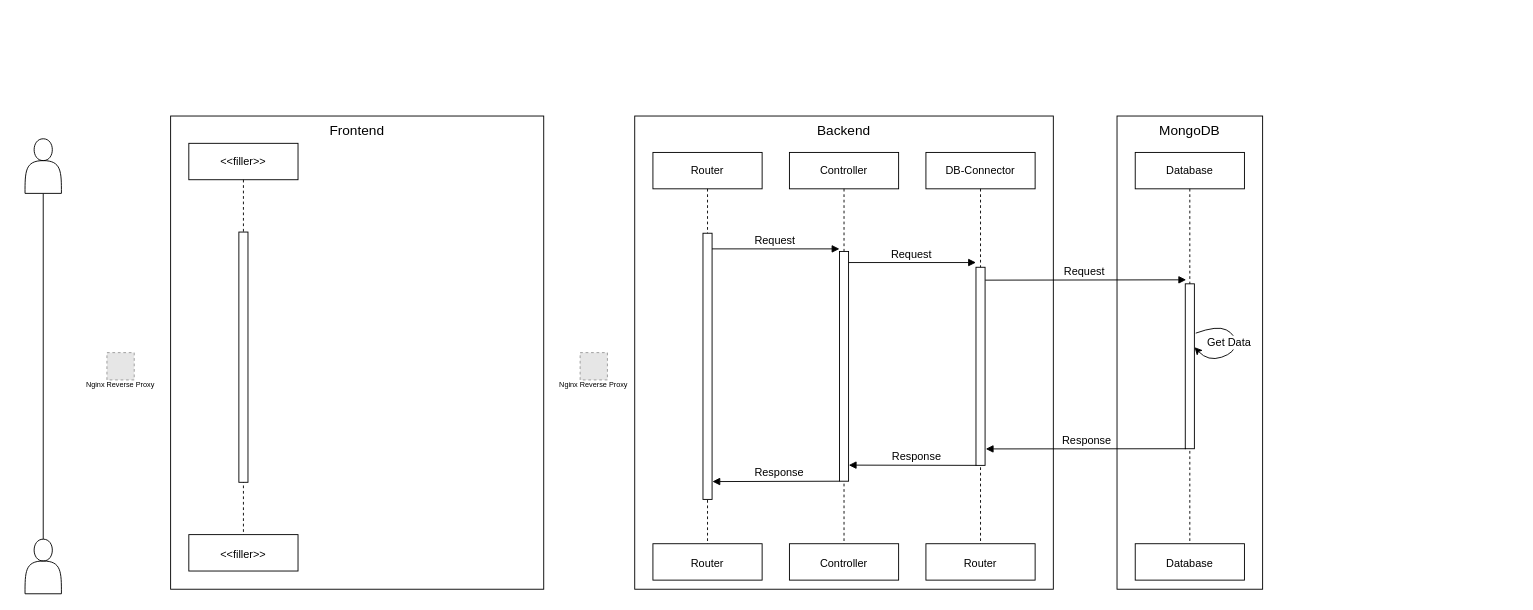
Above: sonstiges/UML v0.1/drawio/squenceclient.drawio in Schuetze1000/TheRouteMaster (draw.io), before the change. Source tidied: cells renumbered, new cells numbered last; positions are measured from the earlier drawing's top-left corner, leaving out a move shared by most shapes. Both pictures are drawn from the tidied source at 91%, with x=0, y=0 at pixel (25, 116). Pictures stored in the file or linked from it are replaced by grey dashed boxes.
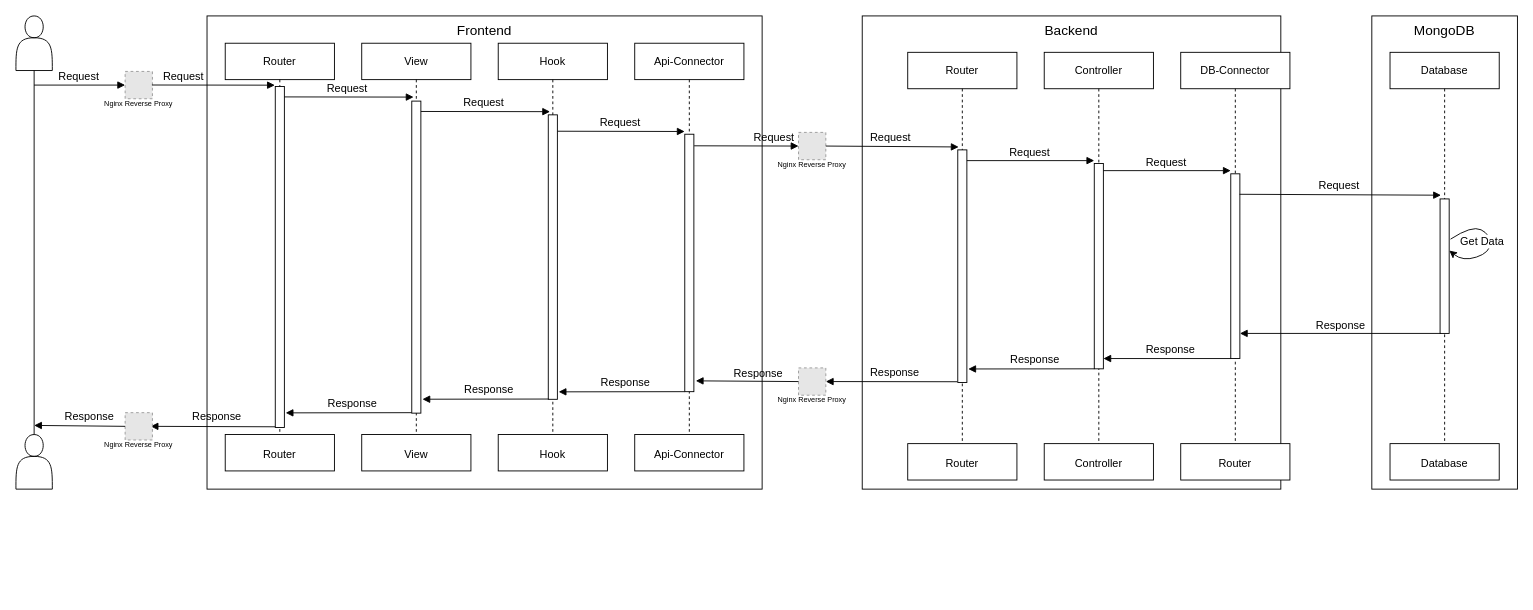
Above is the later version.

Diff of the diagram source:
```diff
@@
+    <mxCell id="34" style="group;" parent="1" vertex="1">
+      <mxGeometry x="-10" y="-110" width="1650" height="520" as="geometry" />
+    </mxCell>
+    <mxCell id="35" style="group;" parent="34" vertex="1">
+      <mxGeometry x="210" width="610" height="520" as="geometry" />
+    </mxCell>
-    <mxCell id="2" value="Frontend" style="whiteSpace=wrap;html=1;verticalAlign=top;fontSize=15;" parent="1" vertex="1">
-      <mxGeometry x="160" width="410" height="520" as="geometry" />
+    <mxCell id="2" value="Frontend" style="whiteSpace=wrap;html=1;verticalAlign=top;fontSize=15;" parent="35" vertex="1">
+      <mxGeometry width="610" height="520" as="geometry" />
     </mxCell>
-    <mxCell id="3" value="&amp;lt;&amp;lt;filler&amp;gt;&amp;gt;" style="shape=umlLifeline;perimeter=lifelinePerimeter;whiteSpace=wrap;html=1;" parent="1" vertex="1">
-      <mxGeometry x="180" y="30" width="120" height="470" as="geometry" />
+    <mxCell id="3" value="View" style="shape=umlLifeline;perimeter=lifelinePerimeter;whiteSpace=wrap;html=1;" parent="35" vertex="1">
+      <mxGeometry x="170" y="30" width="120" height="470" as="geometry" />
     </mxCell>
     <mxCell id="4" style="html=1;perimeter=orthogonalPerimeter;" parent="3" vertex="1">
-      <mxGeometry x="55" y="97.5" width="10" height="275" as="geometry" />
+      <mxGeometry x="55" y="63.6" width="10" height="342.9" as="geometry" />
     </mxCell>
-    <mxCell id="5" value="&lt;span style=&quot;font-size: 12px;&quot;&gt;&amp;lt;&amp;lt;filler&amp;gt;&amp;gt;&lt;/span&gt;" style="rounded=0;whiteSpace=wrap;html=1;fontSize=16;" parent="3" vertex="1">
+    <mxCell id="5" value="&lt;span style=&quot;font-size: 12px;&quot;&gt;View&lt;/span&gt;" style="rounded=0;whiteSpace=wrap;html=1;fontSize=16;" parent="3" vertex="1">
       <mxGeometry y="430" width="120" height="40" as="geometry" />
     </mxCell>
-    <mxCell id="6" style="edgeStyle=none;html=1;exitX=0.5;exitY=0;exitDx=0;exitDy=0;entryX=0.5;entryY=1;entryDx=0;entryDy=0;fontSize=12;endArrow=none;endFill=0;" parent="1" edge="1" source="7" target="8">
-      <mxGeometry relative="1" as="geometry" />
-    </mxCell>
+    <mxCell id="36" value="Response" style="html=1;verticalAlign=bottom;labelBackgroundColor=none;endArrow=block;endFill=1;endSize=6;align=left;fontSize=12;exitX=0.012;exitY=1;exitDx=0;exitDy=0;exitPerimeter=0;entryX=1.152;entryY=0.942;entryDx=0;entryDy=0;entryPerimeter=0;" parent="3" edge="1">
+      <mxGeometry x="0.36" y="-1" relative="1" as="geometry">
+        <mxPoint x="55" y="406" as="sourcePoint" />
+        <mxPoint x="-83.6" y="406.2" as="targetPoint" />
+      </mxGeometry>
+    </mxCell>
+    <mxCell id="37" value="Api-Connector" style="shape=umlLifeline;perimeter=lifelinePerimeter;whiteSpace=wrap;html=1;" parent="35" vertex="1">
+      <mxGeometry x="470" y="30" width="120" height="470" as="geometry" />
+    </mxCell>
+    <mxCell id="38" style="html=1;points=[];perimeter=orthogonalPerimeter;" parent="37" vertex="1">
+      <mxGeometry x="55" y="100" width="10" height="282.9" as="geometry" />
+    </mxCell>
+    <mxCell id="39" value="&lt;span style=&quot;font-size: 12px;&quot;&gt;Api-Connector&lt;/span&gt;" style="rounded=0;whiteSpace=wrap;html=1;fontSize=16;" parent="37" vertex="1">
+      <mxGeometry y="430" width="120" height="40" as="geometry" />
+    </mxCell>
+    <mxCell id="40" value="Response" style="html=1;verticalAlign=bottom;labelBackgroundColor=none;endArrow=block;endFill=1;endSize=6;align=left;fontSize=12;exitX=0.012;exitY=1;exitDx=0;exitDy=0;exitPerimeter=0;entryX=1.152;entryY=0.942;entryDx=0;entryDy=0;entryPerimeter=0;" parent="37" edge="1">
+      <mxGeometry x="0.36" y="-1" relative="1" as="geometry">
+        <mxPoint x="55" y="382.9" as="sourcePoint" />
+        <mxPoint x="-83.6" y="383.1" as="targetPoint" />
+      </mxGeometry>
+    </mxCell>
+    <mxCell id="41" value="Hook" style="shape=umlLifeline;perimeter=lifelinePerimeter;whiteSpace=wrap;html=1;" parent="35" vertex="1">
+      <mxGeometry x="320" y="30" width="120" height="470" as="geometry" />
+    </mxCell>
+    <mxCell id="42" style="html=1;perimeter=orthogonalPerimeter;" parent="41" vertex="1">
+      <mxGeometry x="55" y="78.7" width="10" height="312.6" as="geometry" />
+    </mxCell>
+    <mxCell id="43" value="&lt;span style=&quot;font-size: 12px;&quot;&gt;Hook&lt;/span&gt;" style="rounded=0;whiteSpace=wrap;html=1;fontSize=16;" parent="41" vertex="1">
+      <mxGeometry y="430" width="120" height="40" as="geometry" />
+    </mxCell>
+    <mxCell id="44" value="Request" style="html=1;verticalAlign=bottom;labelBackgroundColor=none;endArrow=block;endFill=1;endSize=6;align=left;fontSize=12;exitX=1.017;exitY=0.022;exitDx=0;exitDy=0;exitPerimeter=0;entryX=-0.01;entryY=-0.005;entryDx=0;entryDy=0;entryPerimeter=0;" parent="35" edge="1">
+      <mxGeometry x="-0.36" relative="1" as="geometry">
+        <mxPoint x="385.2" y="126.7" as="sourcePoint" />
+        <mxPoint x="524.9" y="127" as="targetPoint" />
+      </mxGeometry>
+    </mxCell>
+    <mxCell id="45" value="Router" style="shape=umlLifeline;perimeter=lifelinePerimeter;whiteSpace=wrap;html=1;" parent="35" vertex="1">
+      <mxGeometry x="20" y="30" width="120" height="470" as="geometry" />
+    </mxCell>
+    <mxCell id="46" style="html=1;points=[];perimeter=orthogonalPerimeter;" parent="45" vertex="1">
+      <mxGeometry x="55" y="47.6" width="10" height="374.7" as="geometry" />
+    </mxCell>
+    <mxCell id="47" value="&lt;span style=&quot;font-size: 12px;&quot;&gt;Router&lt;/span&gt;" style="rounded=0;whiteSpace=wrap;html=1;fontSize=16;" parent="45" vertex="1">
+      <mxGeometry y="430" width="120" height="40" as="geometry" />
+    </mxCell>
+    <mxCell id="48" value="Response" style="html=1;verticalAlign=bottom;labelBackgroundColor=none;endArrow=block;endFill=1;endSize=6;align=left;fontSize=12;exitX=0.012;exitY=1;exitDx=0;exitDy=0;exitPerimeter=0;entryX=1;entryY=0.5;entryDx=0;entryDy=0;" parent="45" edge="1">
+      <mxGeometry x="0.36" y="-1" relative="1" as="geometry">
+        <mxPoint x="55" y="421.5" as="sourcePoint" />
+        <mxPoint x="-82" y="421" as="targetPoint" />
+      </mxGeometry>
+    </mxCell>
+    <mxCell id="49" value="Request" style="html=1;verticalAlign=bottom;labelBackgroundColor=none;endArrow=block;endFill=1;endSize=6;align=left;fontSize=12;exitX=1;exitY=0.029;exitDx=0;exitDy=0;exitPerimeter=0;" parent="35" edge="1">
+      <mxGeometry x="-0.36" relative="1" as="geometry">
+        <mxPoint x="235" y="105" as="sourcePoint" />
+        <mxPoint x="377" y="105.2" as="targetPoint" />
+      </mxGeometry>
+    </mxCell>
+    <mxCell id="50" value="Request" style="html=1;verticalAlign=bottom;labelBackgroundColor=none;endArrow=block;endFill=1;endSize=6;align=left;fontSize=12;exitX=1;exitY=0.029;exitDx=0;exitDy=0;exitPerimeter=0;" parent="35" edge="1">
+      <mxGeometry x="-0.36" relative="1" as="geometry">
+        <mxPoint x="85" y="89" as="sourcePoint" />
+        <mxPoint x="227" y="89.2" as="targetPoint" />
+      </mxGeometry>
+    </mxCell>
+    <mxCell id="51" value="Response" style="html=1;verticalAlign=bottom;labelBackgroundColor=none;endArrow=block;endFill=1;endSize=6;align=left;fontSize=12;exitX=0.012;exitY=1;exitDx=0;exitDy=0;exitPerimeter=0;entryX=1.152;entryY=0.942;entryDx=0;entryDy=0;entryPerimeter=0;" parent="35" edge="1">
+      <mxGeometry x="0.36" y="-1" relative="1" as="geometry">
+        <mxPoint x="375.3" y="421" as="sourcePoint" />
+        <mxPoint x="236.7" y="421.2" as="targetPoint" />
+      </mxGeometry>
+    </mxCell>
+    <mxCell id="32" value="Nginx Reverse Proxy" style="fillColor=#E6E6E6;strokeColor=#999999;dashed=1;fontSize=8;spacingTop=40;" parent="34" vertex="1">
+      <mxGeometry x="860" y="128" width="30" height="30" as="geometry" />
+    </mxCell>
+    <mxCell id="33" value="Nginx Reverse Proxy" style="fillColor=#E6E6E6;strokeColor=#999999;dashed=1;fontSize=8;spacingTop=40;" parent="34" vertex="1">
+      <mxGeometry x="120" y="61" width="30" height="30" as="geometry" />
+    </mxCell>
+    <mxCell id="52" value="Request" style="html=1;verticalAlign=bottom;labelBackgroundColor=none;endArrow=block;endFill=1;endSize=6;align=left;fontSize=12;entryX=0;entryY=0.5;entryDx=0;entryDy=0;exitX=1.032;exitY=0.045;exitDx=0;exitDy=0;exitPerimeter=0;" parent="34" edge="1" source="38" target="32">
+      <mxGeometry x="0.11" relative="1" as="geometry" />
+    </mxCell>
+    <mxCell id="53" value="Request" style="html=1;verticalAlign=bottom;labelBackgroundColor=none;endArrow=block;endFill=1;endSize=6;align=left;fontSize=12;entryX=0;entryY=0.5;entryDx=0;entryDy=0;" parent="34" edge="1" target="33">
+      <mxGeometry x="-0.5" relative="1" as="geometry">
+        <mxPoint x="20" y="76" as="sourcePoint" />
+      </mxGeometry>
+    </mxCell>
+    <mxCell id="54" style="group;" parent="34" vertex="1">
+      <mxGeometry width="40" height="520" as="geometry" />
+    </mxCell>
-    <mxCell id="7" style="shape=actor;whiteSpace=wrap;html=1;fontSize=15;" parent="1" vertex="1">
-      <mxGeometry y="465" width="40" height="60" as="geometry" />
+    <mxCell id="7" style="shape=actor;whiteSpace=wrap;html=1;fontSize=15;" parent="54" vertex="1">
+      <mxGeometry y="460" width="40" height="60" as="geometry" />
     </mxCell>
-    <mxCell id="8" style="shape=actor;whiteSpace=wrap;html=1;fontSize=15;" parent="1" vertex="1">
-      <mxGeometry y="25" width="40" height="60" as="geometry" />
+    <mxCell id="8" style="shape=actor;whiteSpace=wrap;html=1;fontSize=15;" parent="54" vertex="1">
+      <mxGeometry width="40" height="60" as="geometry" />
     </mxCell>
+    <mxCell id="6" style="edgeStyle=none;html=1;exitX=0.5;exitY=0;exitDx=0;exitDy=0;entryX=0.5;entryY=1;entryDx=0;entryDy=0;fontSize=12;endArrow=none;endFill=0;" parent="54" edge="1" source="7" target="8">
+      <mxGeometry relative="1" as="geometry" />
+    </mxCell>
+    <mxCell id="55" value="Request" style="html=1;verticalAlign=bottom;labelBackgroundColor=none;endArrow=block;endFill=1;endSize=6;align=left;fontSize=12;entryX=-0.045;entryY=-0.004;entryDx=0;entryDy=0;entryPerimeter=0;exitX=0.981;exitY=0.497;exitDx=0;exitDy=0;exitPerimeter=0;" parent="34" edge="1" source="33" target="46">
+      <mxGeometry x="-0.84" relative="1" as="geometry" />
+    </mxCell>
+    <mxCell id="56" value="Nginx Reverse Proxy" style="fillColor=#E6E6E6;strokeColor=#999999;dashed=1;fontSize=8;spacingTop=40;" parent="34" vertex="1">
+      <mxGeometry x="120" y="436" width="30" height="30" as="geometry" />
+    </mxCell>
+    <mxCell id="57" value="Response" style="html=1;verticalAlign=bottom;labelBackgroundColor=none;endArrow=block;endFill=1;endSize=6;align=left;fontSize=12;exitX=0;exitY=0.5;exitDx=0;exitDy=0;" parent="34" edge="1" source="56">
+      <mxGeometry x="0.36" y="-1" relative="1" as="geometry">
+        <mxPoint x="20" y="450" as="targetPoint" />
+      </mxGeometry>
+    </mxCell>
+    <mxCell id="58" style="group;" parent="34" vertex="1">
+      <mxGeometry x="960" width="690" height="520" as="geometry" />
+    </mxCell>
+    <mxCell id="59" style="group;" parent="58" vertex="1">
+      <mxGeometry width="460" height="520" as="geometry" />
+    </mxCell>
-    <mxCell id="9" value="Backend" style="whiteSpace=wrap;html=1;verticalAlign=top;fontSize=15;" parent="1" vertex="1">
-      <mxGeometry x="670" width="460" height="520" as="geometry" />
+    <mxCell id="9" value="Backend" style="whiteSpace=wrap;html=1;verticalAlign=top;fontSize=15;" parent="59" vertex="1">
+      <mxGeometry x="-30" width="460" height="520" as="geometry" />
     </mxCell>
-    <mxCell id="10" value="Router" style="shape=umlLifeline;perimeter=lifelinePerimeter;whiteSpace=wrap;html=1;" parent="1" vertex="1">
-      <mxGeometry x="690" y="40" width="120" height="470" as="geometry" />
+    <mxCell id="10" value="Router" style="shape=umlLifeline;perimeter=lifelinePerimeter;whiteSpace=wrap;html=1;" parent="59" vertex="1">
+      <mxGeometry x="20" y="40" width="120" height="470" as="geometry" />
     </mxCell>
     <mxCell id="11" style="html=1;points=[];perimeter=orthogonalPerimeter;" parent="10" vertex="1">
-      <mxGeometry x="55" y="88.8" width="10" height="292.5" as="geometry" />
+      <mxGeometry x="55" y="107.2" width="10" height="255.6" as="geometry" />
     </mxCell>
@@
     <mxCell id="13" value="Request" style="html=1;verticalAlign=bottom;labelBackgroundColor=none;endArrow=block;endFill=1;endSize=6;align=left;fontSize=12;" parent="10" edge="1">
       <mxGeometry x="-0.36" relative="1" as="geometry">
-        <mxPoint x="65" y="106" as="sourcePoint" />
-        <mxPoint x="205" y="106" as="targetPoint" />
+        <mxPoint x="65" y="119" as="sourcePoint" />
+        <mxPoint x="205" y="119" as="targetPoint" />
       </mxGeometry>
     </mxCell>
+    <mxCell id="60" value="Nginx Reverse Proxy" style="fillColor=#E6E6E6;strokeColor=#999999;dashed=1;fontSize=8;spacingTop=40;" parent="10" vertex="1">
+      <mxGeometry x="-120" y="346.8" width="30" height="30" as="geometry" />
+    </mxCell>
-    <mxCell id="14" value="Controller" style="shape=umlLifeline;perimeter=lifelinePerimeter;whiteSpace=wrap;html=1;" parent="1" vertex="1">
-      <mxGeometry x="840" y="40" width="120" height="470" as="geometry" />
+    <mxCell id="14" value="Controller" style="shape=umlLifeline;perimeter=lifelinePerimeter;whiteSpace=wrap;html=1;" parent="59" vertex="1">
+      <mxGeometry x="170" y="40" width="120" height="470" as="geometry" />
     </mxCell>
     <mxCell id="15" style="html=1;points=[];perimeter=orthogonalPerimeter;" parent="14" vertex="1">
-      <mxGeometry x="55" y="108.8" width="10" height="252.5" as="geometry" />
+      <mxGeometry x="55" y="122.2" width="10" height="225.6" as="geometry" />
     </mxCell>
@@
-    <mxCell id="17" value="DB-Connector" style="shape=umlLifeline;perimeter=lifelinePerimeter;whiteSpace=wrap;html=1;" parent="1" vertex="1">
-      <mxGeometry x="990" y="40" width="120" height="470" as="geometry" />
+    <mxCell id="17" value="DB-Connector" style="shape=umlLifeline;perimeter=lifelinePerimeter;whiteSpace=wrap;html=1;" parent="59" vertex="1">
+      <mxGeometry x="320" y="40" width="120" height="470" as="geometry" />
     </mxCell>
     <mxCell id="18" style="html=1;points=[];perimeter=orthogonalPerimeter;" parent="17" vertex="1">
-      <mxGeometry x="55" y="126.2" width="10" height="217.7" as="geometry" />
+      <mxGeometry x="55" y="133.5" width="10" height="203" as="geometry" />
     </mxCell>
@@
     <mxCell id="20" value="Request" style="html=1;verticalAlign=bottom;labelBackgroundColor=none;endArrow=block;endFill=1;endSize=6;align=left;fontSize=12;" parent="17" edge="1">
       <mxGeometry x="-0.36" relative="1" as="geometry">
-        <mxPoint x="-85" y="121" as="sourcePoint" />
-        <mxPoint x="55" y="121" as="targetPoint" />
+        <mxPoint x="-85" y="130" as="sourcePoint" />
+        <mxPoint x="55" y="130" as="targetPoint" />
       </mxGeometry>
     </mxCell>
+    <mxCell id="30" value="Response" style="html=1;verticalAlign=bottom;labelBackgroundColor=none;endArrow=block;endFill=1;endSize=6;align=left;fontSize=12;exitX=0.05;exitY=1;exitDx=0;exitDy=0;exitPerimeter=0;" parent="59" edge="1" source="18" target="15">
+      <mxGeometry x="0.36" y="-1" relative="1" as="geometry" />
+    </mxCell>
+    <mxCell id="31" value="Response" style="html=1;verticalAlign=bottom;labelBackgroundColor=none;endArrow=block;endFill=1;endSize=6;align=left;fontSize=12;exitX=0.012;exitY=1;exitDx=0;exitDy=0;exitPerimeter=0;entryX=1.152;entryY=0.942;entryDx=0;entryDy=0;entryPerimeter=0;" parent="59" edge="1" source="15" target="11">
+      <mxGeometry x="0.36" y="-1" relative="1" as="geometry" />
+    </mxCell>
+    <mxCell id="61" value="Request" style="html=1;verticalAlign=bottom;labelBackgroundColor=none;endArrow=block;endFill=1;endSize=6;align=left;fontSize=12;exitX=1;exitY=0.5;exitDx=0;exitDy=0;" parent="59" edge="1" source="32">
+      <mxGeometry x="-0.36" relative="1" as="geometry">
+        <mxPoint x="76" y="144" as="targetPoint" />
+      </mxGeometry>
+    </mxCell>
+    <mxCell id="62" value="Response" style="html=1;verticalAlign=bottom;labelBackgroundColor=none;endArrow=block;endFill=1;endSize=6;align=left;fontSize=12;exitX=0.012;exitY=1;exitDx=0;exitDy=0;exitPerimeter=0;entryX=1;entryY=0.5;entryDx=0;entryDy=0;" parent="59" edge="1" target="60">
+      <mxGeometry x="0.36" y="-1" relative="1" as="geometry">
+        <mxPoint x="74.6" y="402" as="sourcePoint" />
+      </mxGeometry>
+    </mxCell>
-    <mxCell id="21" style="group;" parent="1" vertex="1">
-      <mxGeometry x="1200" width="160" height="520" as="geometry" />
+    <mxCell id="21" style="group;" parent="58" vertex="1">
+      <mxGeometry x="530" width="160" height="520" as="geometry" />
     </mxCell>
@@
     <mxCell id="25" style="html=1;points=[];perimeter=orthogonalPerimeter;" parent="21" vertex="1">
-      <mxGeometry x="75" y="184.4" width="10" height="181.2" as="geometry" />
+      <mxGeometry x="75" y="201.1" width="10" height="147.8" as="geometry" />
     </mxCell>
@@
-    <mxCell id="28" value="Request" style="html=1;verticalAlign=bottom;labelBackgroundColor=none;endArrow=block;endFill=1;endSize=6;align=left;fontSize=12;exitX=1.02;exitY=0.065;exitDx=0;exitDy=0;exitPerimeter=0;" parent="1" edge="1" source="18">
+    <mxCell id="28" value="Request" style="html=1;verticalAlign=bottom;labelBackgroundColor=none;endArrow=block;endFill=1;endSize=6;align=left;fontSize=12;exitX=0.964;exitY=0.051;exitDx=0;exitDy=0;exitPerimeter=0;" parent="58" edge="1">
       <mxGeometry x="-0.23" relative="1" as="geometry">
-        <mxPoint x="1276" y="180" as="targetPoint" />
+        <mxPoint x="384.6" y="196" as="sourcePoint" />
+        <mxPoint x="606" y="197" as="targetPoint" />
       </mxGeometry>
     </mxCell>
-    <mxCell id="29" value="Response" style="html=1;verticalAlign=bottom;labelBackgroundColor=none;endArrow=block;endFill=1;endSize=6;align=left;fontSize=12;exitX=0.065;exitY=1;exitDx=0;exitDy=0;exitPerimeter=0;entryX=1.075;entryY=0.917;entryDx=0;entryDy=0;entryPerimeter=0;spacingLeft=7;" parent="1" edge="1" source="25" target="18">
+    <mxCell id="29" value="Response" style="html=1;verticalAlign=bottom;labelBackgroundColor=none;endArrow=block;endFill=1;endSize=6;align=left;fontSize=12;exitX=0.065;exitY=1;exitDx=0;exitDy=0;exitPerimeter=0;spacingLeft=7;" parent="58" edge="1" source="25" target="18">
       <mxGeometry x="0.32" relative="1" as="geometry" />
     </mxCell>
-    <mxCell id="30" value="Response" style="html=1;verticalAlign=bottom;labelBackgroundColor=none;endArrow=block;endFill=1;endSize=6;align=left;fontSize=12;entryX=1.02;entryY=0.93;entryDx=0;entryDy=0;entryPerimeter=0;exitX=0.05;exitY=1;exitDx=0;exitDy=0;exitPerimeter=0;" parent="1" edge="1" source="18" target="15">
-      <mxGeometry x="0.36" y="-1" relative="1" as="geometry" />
-    </mxCell>
-    <mxCell id="31" value="Response" style="html=1;verticalAlign=bottom;labelBackgroundColor=none;endArrow=block;endFill=1;endSize=6;align=left;fontSize=12;exitX=0.012;exitY=1;exitDx=0;exitDy=0;exitPerimeter=0;entryX=1.039;entryY=0.933;entryDx=0;entryDy=0;entryPerimeter=0;" parent="1" edge="1" source="15" target="11">
-      <mxGeometry x="0.36" y="-1" relative="1" as="geometry" />
-    </mxCell>
-    <mxCell id="32" value="Nginx Reverse Proxy" style="fillColor=#E6E6E6;strokeColor=#999999;dashed=1;fontSize=8;spacingTop=40;" parent="1" vertex="1">
-      <mxGeometry x="610" y="260" width="30" height="30" as="geometry" />
-    </mxCell>
-    <mxCell id="33" value="Nginx Reverse Proxy" style="fillColor=#E6E6E6;strokeColor=#999999;dashed=1;fontSize=8;spacingTop=40;" parent="1" vertex="1">
-      <mxGeometry x="90" y="260" width="30" height="30" as="geometry" />
-    </mxCell>
+    <mxCell id="63" value="Response" style="html=1;verticalAlign=bottom;labelBackgroundColor=none;endArrow=block;endFill=1;endSize=6;align=left;fontSize=12;exitX=0;exitY=0.5;exitDx=0;exitDy=0;entryX=1.208;entryY=0.958;entryDx=0;entryDy=0;entryPerimeter=0;startArrow=none;" parent="34" edge="1" source="60" target="38">
+      <mxGeometry x="0.3" y="1" relative="1" as="geometry" />
+    </mxCell>
```
